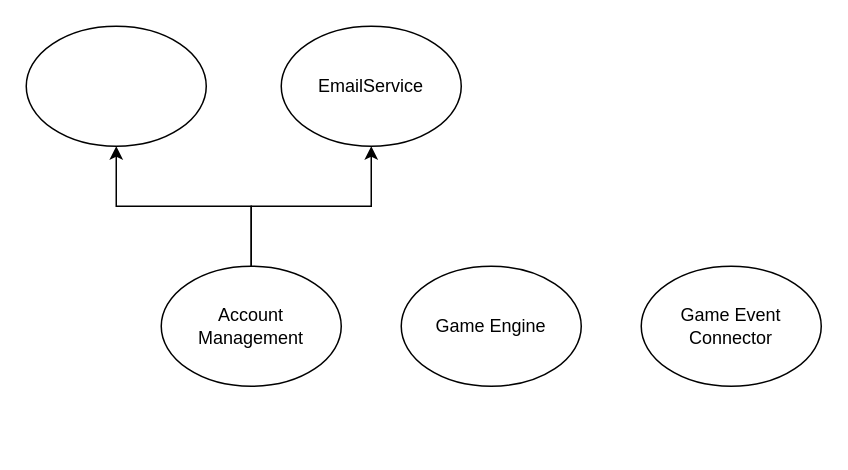
andres81/bf-farm-simulator-9000 keeps this draw.io diagram as page "DDD-overview-bounded-contexts" (1 of 4) of documentation/DDD-strategic-design/DDD-Strategic-design-BF-Farm-Simulator-9000.drawio. Above is the earlier version. Source tidied: cells renumbered, new cells numbered last; positions are measured from the earlier drawing's top-left corner, leaving out a move shared by most shapes. Both pictures are drawn from the tidied source at 150%, with x=0, y=0 at pixel (26, 26).
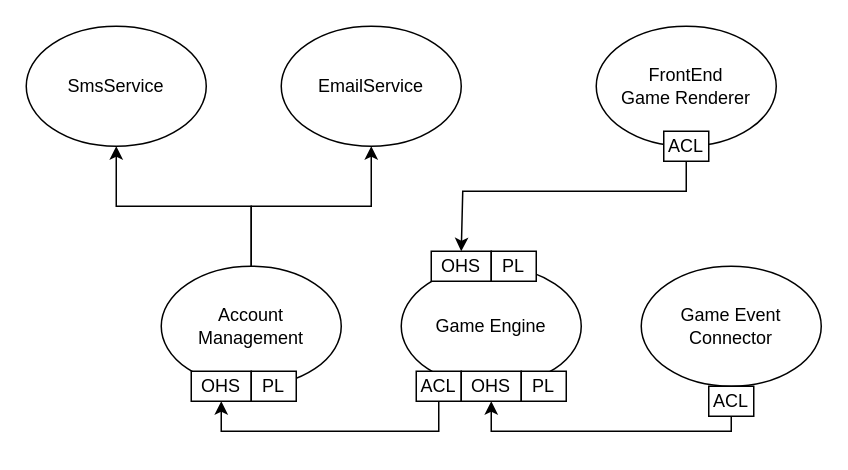
The same page after the edit.

Change to the diagram source:
```diff
@@
-    <mxCell id="5" style="ellipse;whiteSpace=wrap;html=1;" parent="1" vertex="1">
+    <mxCell id="5" value="SmsService" style="ellipse;whiteSpace=wrap;html=1;" parent="1" vertex="1">
       <mxGeometry width="120" height="80" as="geometry" />
     </mxCell>
@@
+    <mxCell id="9" style="edgeStyle=orthogonalEdgeStyle;rounded=0;jettySize=auto;html=1;entryX=0.5;entryY=1;entryDx=0;entryDy=0;exitX=0.5;exitY=1;exitDx=0;exitDy=0;" parent="1" edge="1" source="10" target="17">
+      <mxGeometry relative="1" as="geometry">
+        <Array as="points">
+          <mxPoint x="275" y="270" />
+          <mxPoint x="130" y="270" />
+        </Array>
+      </mxGeometry>
+    </mxCell>
@@
+    <mxCell id="10" value="ACL" style="rounded=0;whiteSpace=wrap;html=1;" parent="1" vertex="1">
+      <mxGeometry x="260" y="230" width="30" height="20" as="geometry" />
+    </mxCell>
+    <mxCell id="11" value="ACL" style="rounded=0;whiteSpace=wrap;html=1;" parent="1" vertex="1">
+      <mxGeometry x="455" y="240" width="30" height="20" as="geometry" />
+    </mxCell>
+    <mxCell id="12" style="edgeStyle=orthogonalEdgeStyle;rounded=0;jettySize=auto;html=1;entryX=0.5;entryY=1;entryDx=0;entryDy=0;exitX=0.5;exitY=1;exitDx=0;exitDy=0;" parent="1" edge="1" source="11" target="15">
+      <mxGeometry relative="1" as="geometry">
+        <Array as="points">
+          <mxPoint x="470" y="270" />
+          <mxPoint x="310" y="270" />
+        </Array>
+      </mxGeometry>
+    </mxCell>
+    <mxCell id="13" value="OHS" style="rounded=0;whiteSpace=wrap;html=1;" parent="1" vertex="1">
+      <mxGeometry x="270" y="150" width="40" height="20" as="geometry" />
+    </mxCell>
+    <mxCell id="14" value="PL" style="rounded=0;whiteSpace=wrap;html=1;" parent="1" vertex="1">
+      <mxGeometry x="310" y="150" width="30" height="20" as="geometry" />
+    </mxCell>
+    <mxCell id="15" value="OHS" style="rounded=0;whiteSpace=wrap;html=1;" parent="1" vertex="1">
+      <mxGeometry x="290" y="230" width="40" height="20" as="geometry" />
+    </mxCell>
+    <mxCell id="16" value="PL" style="rounded=0;whiteSpace=wrap;html=1;" parent="1" vertex="1">
+      <mxGeometry x="330" y="230" width="30" height="20" as="geometry" />
+    </mxCell>
+    <mxCell id="17" value="OHS" style="rounded=0;whiteSpace=wrap;html=1;" parent="1" vertex="1">
+      <mxGeometry x="110" y="230" width="40" height="20" as="geometry" />
+    </mxCell>
+    <mxCell id="18" value="PL" style="rounded=0;whiteSpace=wrap;html=1;" parent="1" vertex="1">
+      <mxGeometry x="150" y="230" width="30" height="20" as="geometry" />
+    </mxCell>
+    <mxCell id="19" value="FrontEnd&lt;br&gt;Game Renderer" style="ellipse;whiteSpace=wrap;html=1;" parent="1" vertex="1">
+      <mxGeometry x="380" width="120" height="80" as="geometry" />
+    </mxCell>
+    <mxCell id="20" style="edgeStyle=orthogonalEdgeStyle;rounded=0;jettySize=auto;html=1;exitX=0.5;exitY=1;exitDx=0;exitDy=0;entryX=0.5;entryY=0;entryDx=0;entryDy=0;" parent="1" edge="1" source="21" target="13">
+      <mxGeometry relative="1" as="geometry">
+        <Array as="points">
+          <mxPoint x="440" y="110" />
+          <mxPoint x="291" y="110" />
+        </Array>
+      </mxGeometry>
+    </mxCell>
+    <mxCell id="21" value="ACL" style="rounded=0;whiteSpace=wrap;html=1;" parent="1" vertex="1">
+      <mxGeometry x="425" y="70" width="30" height="20" as="geometry" />
+    </mxCell>
```
